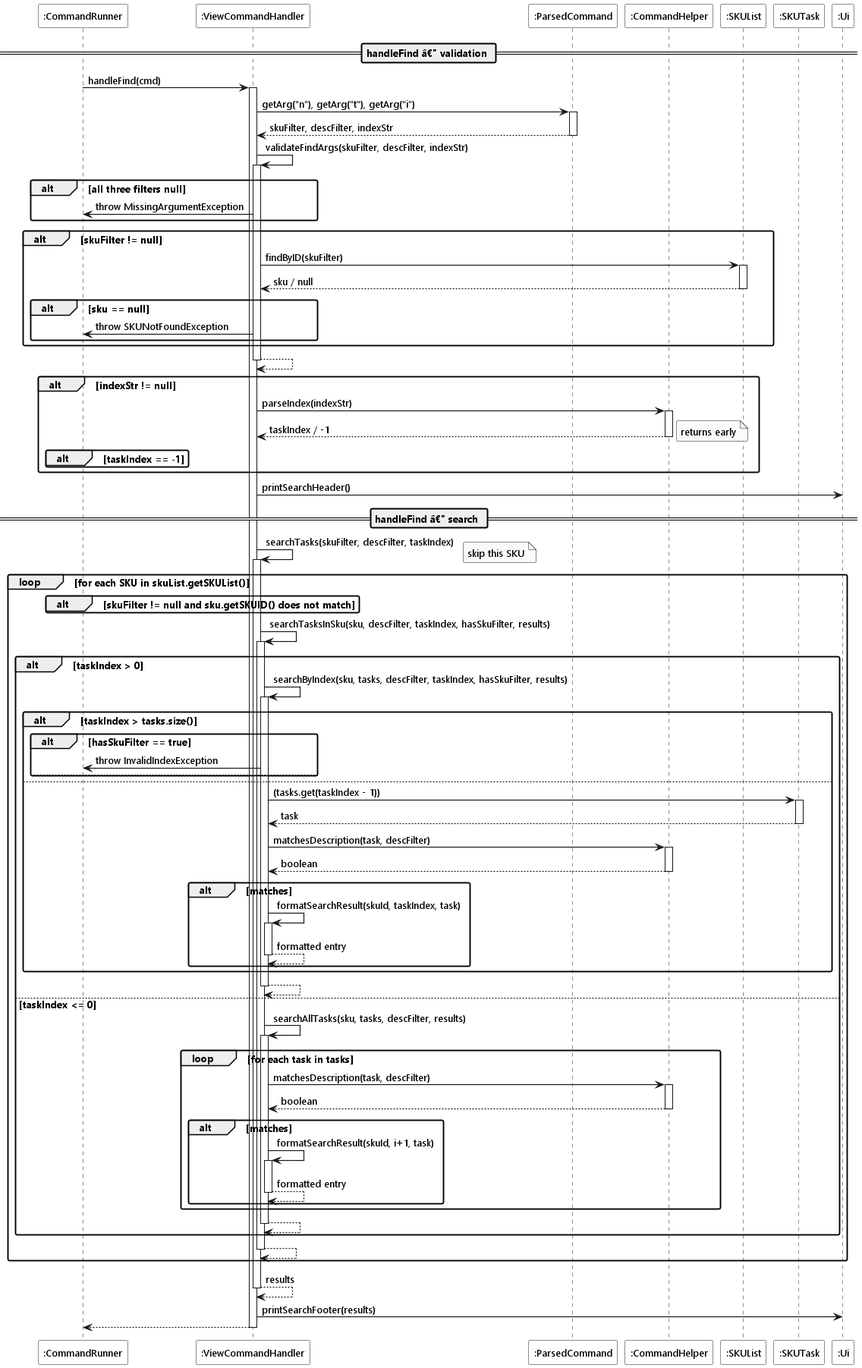
The PlantUML diagram docs/diagrams/command/find-sequence.png in heehaw1234/tp, before a commit.
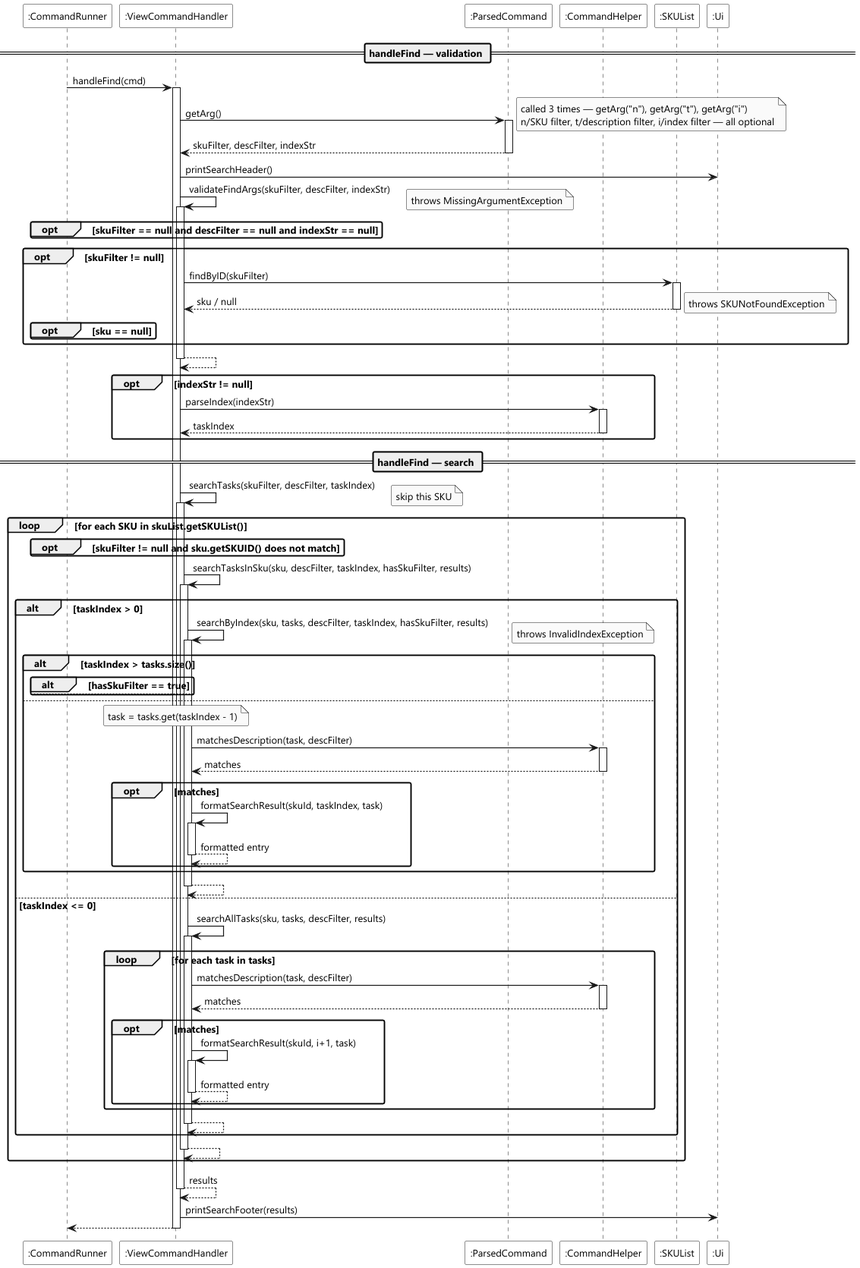
Above is the later version.

Change to the diagram source:
```diff
@@ -6,50 +6,46 @@
 Participant ":ParsedCommand" as cmd LOGIC_COLOR_T1
 Participant ":CommandHelper" as helper LOGIC_COLOR_T1
 Participant ":SKUList" as skuList MODEL_COLOR
-Participant ":SKUTask" as task MODEL_COLOR_T2
 Participant ":Ui" as ui UI_COLOR
 
-== handleFind â€” validation ==
+== handleFind — validation ==
 
 runner -> handler ++ : handleFind(cmd)
 
-handler -> cmd ++ : getArg("n"), getArg("t"), getArg("i")
+handler -> cmd ++ : getArg()
+note right : called 3 times — getArg("n"), getArg("t"), getArg("i")\nn/SKU filter, t/description filter, i/index filter — all optional
 return skuFilter, descFilter, indexStr
+
+handler -> ui : printSearchHeader()
 
 handler -> handler ++ : validateFindArgs(skuFilter, descFilter, indexStr)
 
-alt all three filters null
-    handler -> runner : throw MissingArgumentException
+opt skuFilter == null and descFilter == null and indexStr == null
+    note right : throws MissingArgumentException
 end
 
-alt skuFilter != null
+opt skuFilter != null
     handler -> skuList ++ : findByID(skuFilter)
     return sku / null
 
-    alt sku == null
-        handler -> runner : throw SKUNotFoundException
+    opt sku == null
+        note right : throws SKUNotFoundException
     end
 end
 
 return
 
-alt indexStr != null
+opt indexStr != null
     handler -> helper ++ : parseIndex(indexStr)
-    return taskIndex / -1
-
-    alt taskIndex == -1
-        note right : returns early
-    end
+    return taskIndex
 end
 
-handler -> ui : printSearchHeader()
-
-== handleFind â€” search ==
+== handleFind — search ==
 
 handler -> handler ++ : searchTasks(skuFilter, descFilter, taskIndex)
 
 loop for each SKU in skuList.getSKUList()
-    alt skuFilter != null and sku.getSKUID() does not match
+    opt skuFilter != null and sku.getSKUID() does not match
         note right : skip this SKU
     end
 
@@ -60,32 +56,32 @@
 
         alt taskIndex > tasks.size()
             alt hasSkuFilter == true
-                handler -> runner : throw InvalidIndexException
+                note right : throws InvalidIndexException
             else
                 note right : skip silently
             end
         else
-            handler -> task ++ : (tasks.get(taskIndex - 1))
-            return task
+            note over handler : task = tasks.get(taskIndex - 1)
 
             handler -> helper ++ : matchesDescription(task, descFilter)
-            return boolean
+            return matches
 
-            alt matches
+            opt matches
                 handler -> handler ++ : formatSearchResult(skuId, taskIndex, task)
                 return formatted entry
             end
         end
 
         return
+
     else taskIndex <= 0
         handler -> handler ++ : searchAllTasks(sku, tasks, descFilter, results)
 
         loop for each task in tasks
             handler -> helper ++ : matchesDescription(task, descFilter)
-            return boolean
+            return matches
 
-            alt matches
+            opt matches
                 handler -> handler ++ : formatSearchResult(skuId, i+1, task)
                 return formatted entry
             end
```
